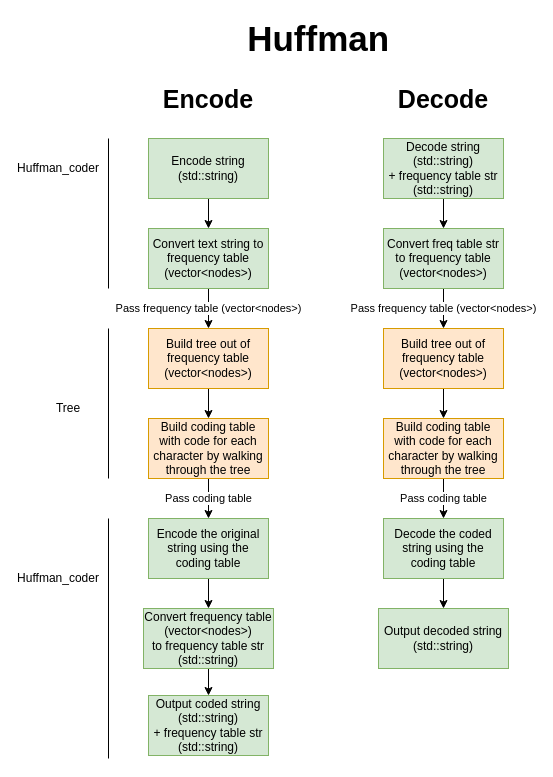
Earlier version of the draw.io diagram docs/drawio/Activity diagram Huffman.drawio (pip12345/Compression). Source tidied: cells renumbered, new cells numbered last; positions are measured from the earlier drawing's top-left corner, leaving out a move shared by most shapes. Both pictures are drawn from the tidied source at 100%, with x=0, y=0 at pixel (38, 18).
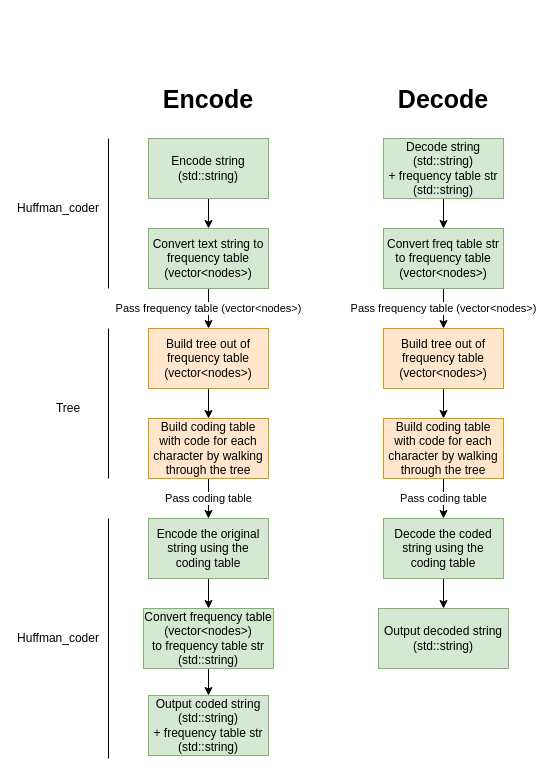
The same diagram, later.

The edit, as a diff of the source:
```diff
@@
-    <mxCell id="10" value="&lt;font size=&quot;1&quot;&gt;&lt;b style=&quot;font-size: 35px&quot;&gt;Huffman&amp;nbsp;&lt;/b&gt;&lt;/font&gt;" style="text;html=1;strokeColor=none;fillColor=none;align=center;verticalAlign=middle;whiteSpace=wrap;rounded=0;" parent="1" vertex="1">
-      <mxGeometry x="200" width="170" height="40" as="geometry" />
-    </mxCell>
@@
     <mxCell id="15" value="Huffman_coder" style="text;html=1;strokeColor=none;fillColor=none;align=center;verticalAlign=middle;whiteSpace=wrap;rounded=0;" parent="1" vertex="1">
-      <mxGeometry y="140" width="40" height="20" as="geometry" />
+      <mxGeometry y="180" width="40" height="20" as="geometry" />
     </mxCell>
     <mxCell id="16" value="Huffman_coder" style="text;html=1;strokeColor=none;fillColor=none;align=center;verticalAlign=middle;whiteSpace=wrap;rounded=0;" parent="1" vertex="1">
-      <mxGeometry y="550" width="40" height="20" as="geometry" />
+      <mxGeometry y="610" width="40" height="20" as="geometry" />
     </mxCell>
```
